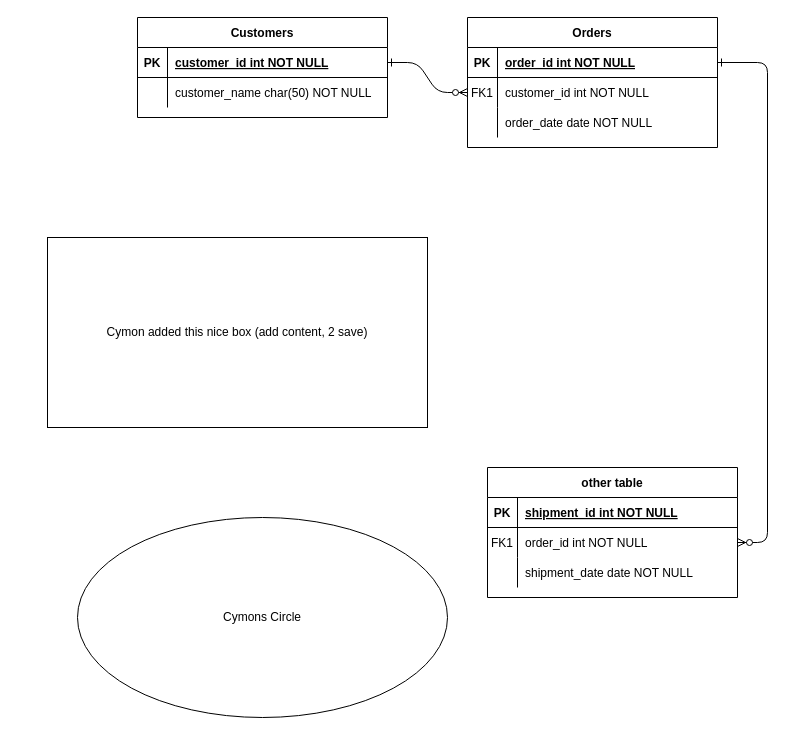
Before: SampleAnalysisDataUML.drawio in emo-bon/RDF-Semantics, a draw.io diagram. Source tidied: cells renumbered, new cells numbered last; positions are measured from the earlier drawing's top-left corner, leaving out a move shared by most shapes. Both pictures are drawn from the tidied source at 100%, with x=0, y=0 at pixel (47, 17).
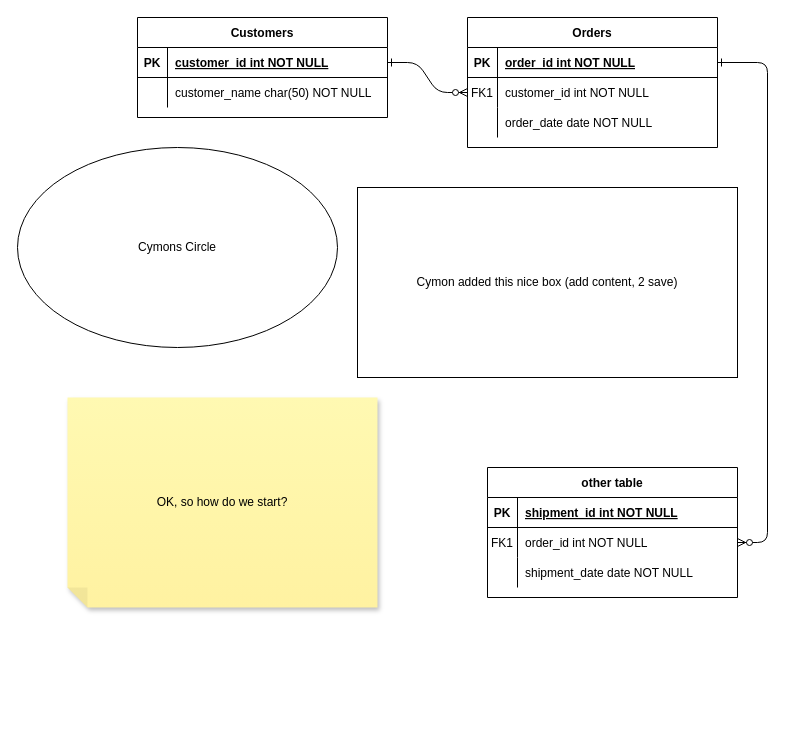
The same diagram, later.

Commit message:
Asking how we start...

What changed in the source:
```diff
@@
     <mxCell id="31" value="Cymon added this nice box (add content, 2 save)" style="whiteSpace=wrap;html=1;" parent="1" vertex="1">
-      <mxGeometry y="220" width="380" height="190" as="geometry" />
+      <mxGeometry x="310" y="170" width="380" height="190" as="geometry" />
     </mxCell>
     <mxCell id="32" value="Cymons Circle" style="ellipse;whiteSpace=wrap;html=1;" parent="1" vertex="1">
-      <mxGeometry x="30" y="500" width="370" height="200" as="geometry" />
+      <mxGeometry x="-30" y="130" width="320" height="200" as="geometry" />
     </mxCell>
+    <mxCell id="33" value="OK, so how do we start?" style="shape=note;whiteSpace=wrap;html=1;backgroundOutline=1;fontColor=#000000;darkOpacity=0.05;fillColor=#FFF9B2;strokeColor=none;fillStyle=solid;direction=west;gradientDirection=north;gradientColor=#FFF2A1;shadow=1;size=20;" parent="1" vertex="1">
+      <mxGeometry x="20" y="380" width="310" height="210" as="geometry" />
+    </mxCell>
```
